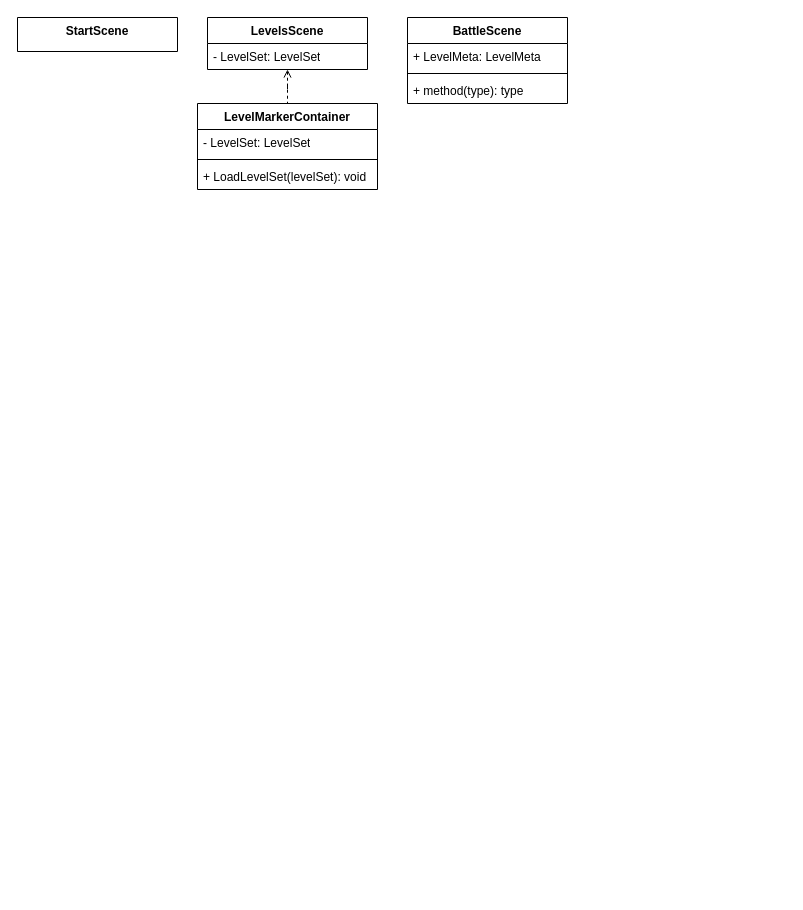
1ivyatan/drumstalotajs keeps this draw.io diagram as Documentation/Assets/StageClasses.drawio. Above is the earlier version. Source tidied: cells renumbered, new cells numbered last; positions are measured from the earlier drawing's top-left corner, leaving out a move shared by most shapes. Both pictures are drawn from the tidied source at 100%, with x=0, y=0 at pixel (17, 17).
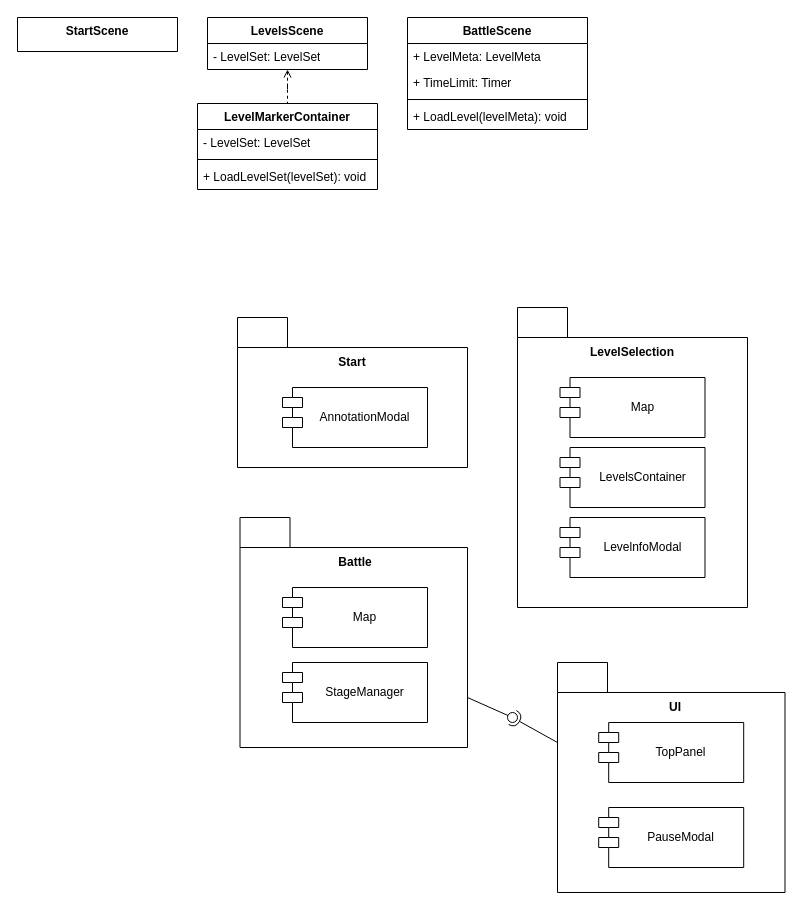
The same diagram, later.

What changed in the source:
```diff
@@
     <mxCell id="6" value="BattleScene" style="swimlane;fontStyle=1;align=center;verticalAlign=top;horizontal=1;startSize=26;whiteSpace=wrap;html=1;" parent="1" vertex="1">
-      <mxGeometry x="390" width="160" height="86" as="geometry" />
+      <mxGeometry x="390" width="180" height="112" as="geometry" />
     </mxCell>
     <mxCell id="7" value="+ LevelMeta: LevelMeta" style="text;strokeColor=none;fillColor=none;align=left;verticalAlign=top;spacingLeft=4;spacingRight=4;overflow=hidden;whiteSpace=wrap;html=1;" parent="6" vertex="1">
-      <mxGeometry y="26" width="160" height="26" as="geometry" />
+      <mxGeometry y="26" width="180" height="26" as="geometry" />
     </mxCell>
+    <mxCell id="14" value="+ TimeLimit: Timer" style="text;strokeColor=none;fillColor=none;align=left;verticalAlign=top;spacingLeft=4;spacingRight=4;overflow=hidden;whiteSpace=wrap;html=1;" parent="6" vertex="1">
+      <mxGeometry y="52" width="180" height="26" as="geometry" />
+    </mxCell>
     <mxCell id="8" style="line;strokeWidth=1;fillColor=none;align=left;verticalAlign=middle;spacingTop=-1;spacingLeft=3;spacingRight=3;labelPosition=right;strokeColor=inherit;" parent="6" vertex="1">
-      <mxGeometry y="52" width="160" height="8" as="geometry" />
+      <mxGeometry y="78" width="180" height="8" as="geometry" />
     </mxCell>
-    <mxCell id="9" value="+ method(type): type" style="text;strokeColor=none;fillColor=none;align=left;verticalAlign=top;spacingLeft=4;spacingRight=4;overflow=hidden;whiteSpace=wrap;html=1;" parent="6" vertex="1">
-      <mxGeometry y="60" width="160" height="26" as="geometry" />
+    <mxCell id="9" value="+ LoadLevel(levelMeta): void" style="text;strokeColor=none;fillColor=none;align=left;verticalAlign=top;spacingLeft=4;spacingRight=4;overflow=hidden;whiteSpace=wrap;html=1;" parent="6" vertex="1">
+      <mxGeometry y="86" width="180" height="26" as="geometry" />
     </mxCell>
@@
+    <mxCell id="15" style="shape=folder;fontStyle=1;spacingTop=10;tabWidth=50;tabHeight=30;tabPosition=left;html=1;whiteSpace=wrap;" parent="1" vertex="1">
+      <mxGeometry x="220" y="300" width="230" height="150" as="geometry" />
+    </mxCell>
+    <mxCell id="16" value="Start" style="text;html=1;whiteSpace=wrap;strokeColor=none;fillColor=none;align=center;verticalAlign=middle;rounded=0;fontStyle=1;" parent="1" vertex="1">
+      <mxGeometry x="305" y="330" width="60" height="30" as="geometry" />
+    </mxCell>
+    <mxCell id="17" style="shape=folder;fontStyle=1;spacingTop=10;tabWidth=50;tabHeight=30;tabPosition=left;html=1;whiteSpace=wrap;" parent="1" vertex="1">
+      <mxGeometry x="500" y="290" width="230" height="300" as="geometry" />
+    </mxCell>
+    <mxCell id="18" value="LevelSelection" style="text;html=1;whiteSpace=wrap;strokeColor=none;fillColor=none;align=center;verticalAlign=middle;rounded=0;fontStyle=1;" parent="1" vertex="1">
+      <mxGeometry x="585" y="320" width="60" height="30" as="geometry" />
+    </mxCell>
+    <mxCell id="19" style="shape=folder;fontStyle=1;spacingTop=10;tabWidth=50;tabHeight=30;tabPosition=left;html=1;whiteSpace=wrap;" parent="1" vertex="1">
+      <mxGeometry x="222.5" y="500" width="227.5" height="230" as="geometry" />
+    </mxCell>
+    <mxCell id="20" value="Battle" style="text;html=1;whiteSpace=wrap;strokeColor=none;fillColor=none;align=center;verticalAlign=middle;rounded=0;fontStyle=1;" parent="1" vertex="1">
+      <mxGeometry x="307.5" y="530" width="60" height="30" as="geometry" />
+    </mxCell>
+    <mxCell id="21" value="AnnotationModal" style="shape=module;align=left;spacingLeft=20;align=center;verticalAlign=middle;whiteSpace=wrap;html=1;" parent="1" vertex="1">
+      <mxGeometry x="265" y="370" width="145" height="60" as="geometry" />
+    </mxCell>
+    <mxCell id="22" value="LevelsContainer" style="shape=module;align=left;spacingLeft=20;align=center;verticalAlign=middle;whiteSpace=wrap;html=1;" parent="1" vertex="1">
+      <mxGeometry x="542.5" y="430" width="145" height="60" as="geometry" />
+    </mxCell>
+    <mxCell id="23" value="Map" style="shape=module;align=left;spacingLeft=20;align=center;verticalAlign=middle;whiteSpace=wrap;html=1;" parent="1" vertex="1">
+      <mxGeometry x="542.5" y="360" width="145" height="60" as="geometry" />
+    </mxCell>
+    <mxCell id="24" value="LevelnfoModal" style="shape=module;align=left;spacingLeft=20;align=center;verticalAlign=middle;whiteSpace=wrap;html=1;" parent="1" vertex="1">
+      <mxGeometry x="542.5" y="500" width="145" height="60" as="geometry" />
+    </mxCell>
+    <mxCell id="25" value="Map" style="shape=module;align=left;spacingLeft=20;align=center;verticalAlign=middle;whiteSpace=wrap;html=1;" parent="1" vertex="1">
+      <mxGeometry x="265" y="570" width="145" height="60" as="geometry" />
+    </mxCell>
+    <mxCell id="26" value="StageManager" style="shape=module;align=left;spacingLeft=20;align=center;verticalAlign=middle;whiteSpace=wrap;html=1;" parent="1" vertex="1">
+      <mxGeometry x="265" y="645" width="145" height="60" as="geometry" />
+    </mxCell>
+    <mxCell id="27" style="shape=folder;fontStyle=1;spacingTop=10;tabWidth=50;tabHeight=30;tabPosition=left;html=1;whiteSpace=wrap;" parent="1" vertex="1">
+      <mxGeometry x="540" y="645" width="227.5" height="230" as="geometry" />
+    </mxCell>
+    <mxCell id="28" style="rounded=0;jettySize=auto;html=1;endArrow=halfCircle;endFill=0;endSize=6;strokeWidth=1;sketch=0;exitX=0;exitY=0;exitDx=0;exitDy=80;exitPerimeter=0;" parent="1" edge="1" source="27" target="30">
+      <mxGeometry relative="1" as="geometry" />
+    </mxCell>
+    <mxCell id="29" style="rounded=0;jettySize=auto;html=1;endArrow=oval;endFill=0;sketch=0;sourcePerimeterSpacing=0;targetPerimeterSpacing=0;endSize=10;exitX=0;exitY=0;exitDx=227.5;exitDy=180;exitPerimeter=0;" parent="1" edge="1" source="19" target="30">
+      <mxGeometry relative="1" as="geometry" />
+    </mxCell>
+    <mxCell id="30" style="ellipse;whiteSpace=wrap;html=1;align=center;fillColor=none;strokeColor=none;perimeter=centerPerimeter;points=[];outlineConnect=1;" parent="1" vertex="1">
+      <mxGeometry x="490" y="695" width="10" height="10" as="geometry" />
+    </mxCell>
+    <mxCell id="31" value="UI" style="text;html=1;whiteSpace=wrap;strokeColor=none;fillColor=none;align=center;verticalAlign=middle;rounded=0;fontStyle=1;" parent="1" vertex="1">
+      <mxGeometry x="627.5" y="675" width="60" height="30" as="geometry" />
+    </mxCell>
+    <mxCell id="32" value="TopPanel" style="shape=module;align=left;spacingLeft=20;align=center;verticalAlign=middle;whiteSpace=wrap;html=1;" parent="1" vertex="1">
+      <mxGeometry x="581.2" y="705" width="145" height="60" as="geometry" />
+    </mxCell>
+    <mxCell id="33" value="PauseModal" style="shape=module;align=left;spacingLeft=20;align=center;verticalAlign=middle;whiteSpace=wrap;html=1;" parent="1" vertex="1">
+      <mxGeometry x="581.2" y="790" width="145" height="60" as="geometry" />
+    </mxCell>
```
